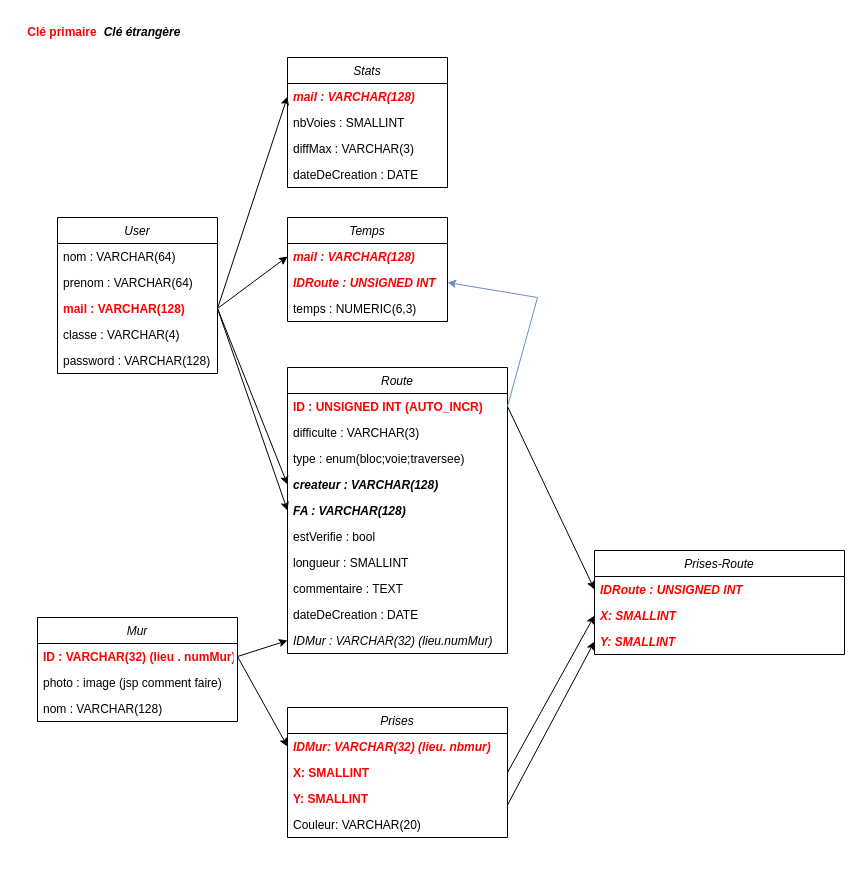
Before: diagrammeDB.drawio in Greenmattt/SeekAClimb, a draw.io diagram. Source tidied: cells renumbered, new cells numbered last; positions are measured from the earlier drawing's top-left corner, leaving out a move shared by most shapes. Both pictures are drawn from the tidied source at 100%, with x=0, y=0 at pixel (17, 17).
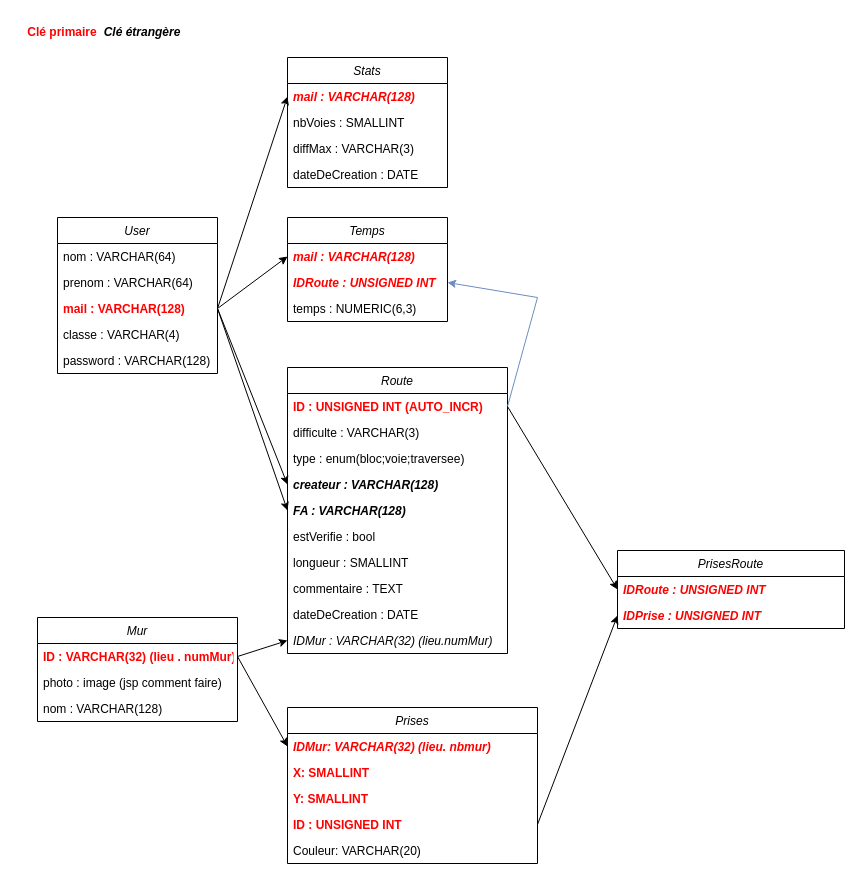
Above is the later version.

What changed in the source:
```diff
@@
     <mxCell id="14" value="Prises" style="swimlane;fontStyle=2;align=center;verticalAlign=top;horizontal=1;startSize=26;rounded=0;shadow=0;strokeWidth=1;" parent="1" vertex="1">
-      <mxGeometry x="270" y="690" width="220" height="130" as="geometry" />
+      <mxGeometry x="270" y="690" width="250" height="156" as="geometry" />
     </mxCell>
     <mxCell id="15" value="IDMur: VARCHAR(32) (lieu. nbmur)" style="text;align=left;verticalAlign=top;spacingLeft=4;spacingRight=4;overflow=hidden;points=[[0,0.5],[1,0.5]];portConstraint=eastwest;rounded=0;shadow=0;html=0;fontColor=#FF0000;fontStyle=3;" parent="14" vertex="1">
-      <mxGeometry y="26" width="220" height="26" as="geometry" />
+      <mxGeometry y="26" width="250" height="26" as="geometry" />
     </mxCell>
     <mxCell id="16" value="X: SMALLINT" style="text;align=left;verticalAlign=top;spacingLeft=4;spacingRight=4;overflow=hidden;points=[[0,0.5],[1,0.5]];portConstraint=eastwest;fontColor=#FF0000;fontStyle=1;" parent="14" vertex="1">
-      <mxGeometry y="52" width="220" height="26" as="geometry" />
+      <mxGeometry y="52" width="250" height="26" as="geometry" />
     </mxCell>
     <mxCell id="17" value="Y: SMALLINT" style="text;align=left;verticalAlign=top;spacingLeft=4;spacingRight=4;overflow=hidden;fontColor=#FF0000;fontStyle=1;" parent="14" vertex="1">
-      <mxGeometry y="78" width="220" height="26" as="geometry" />
+      <mxGeometry y="78" width="250" height="26" as="geometry" />
     </mxCell>
+    <mxCell id="53" value="ID : UNSIGNED INT" style="text;align=left;verticalAlign=top;spacingLeft=4;spacingRight=4;overflow=hidden;points=[[0,0.5],[1,0.5]];portConstraint=eastwest;fontColor=#FF0000;fontStyle=1;" parent="14" vertex="1">
+      <mxGeometry y="104" width="250" height="26" as="geometry" />
+    </mxCell>
     <mxCell id="18" value="Couleur: VARCHAR(20)" style="text;align=left;verticalAlign=top;spacingLeft=4;spacingRight=4;overflow=hidden;fontColor=#000000;fontStyle=0;" parent="14" vertex="1">
-      <mxGeometry y="104" width="220" height="26" as="geometry" />
+      <mxGeometry y="130" width="250" height="26" as="geometry" />
     </mxCell>
@@
-    <mxCell id="46" value="Prises-Route" style="swimlane;fontStyle=2;align=center;verticalAlign=top;horizontal=1;startSize=26;rounded=0;shadow=0;strokeWidth=1;" parent="1" vertex="1">
-      <mxGeometry x="577" y="533" width="250" height="104" as="geometry" />
+    <mxCell id="46" value="PrisesRoute" style="swimlane;fontStyle=2;align=center;verticalAlign=top;horizontal=1;startSize=26;rounded=0;shadow=0;strokeWidth=1;" parent="1" vertex="1">
+      <mxGeometry x="600" y="533" width="227" height="78" as="geometry" />
     </mxCell>
     <mxCell id="47" value="IDRoute : UNSIGNED INT" style="text;align=left;verticalAlign=top;spacingLeft=4;spacingRight=4;overflow=hidden;points=[[0,0.5],[1,0.5]];portConstraint=eastwest;rounded=0;shadow=0;html=0;fontColor=#FF0000;fontStyle=3;" parent="46" vertex="1">
-      <mxGeometry y="26" width="250" height="26" as="geometry" />
+      <mxGeometry y="26" width="227" height="26" as="geometry" />
     </mxCell>
-    <mxCell id="48" value="X: SMALLINT" style="text;align=left;verticalAlign=top;spacingLeft=4;spacingRight=4;overflow=hidden;points=[[0,0.5],[1,0.5]];portConstraint=eastwest;fontColor=#FF0000;fontStyle=3;" parent="46" vertex="1">
-      <mxGeometry y="52" width="250" height="26" as="geometry" />
+    <mxCell id="48" value="IDPrise : UNSIGNED INT" style="text;align=left;verticalAlign=top;spacingLeft=4;spacingRight=4;overflow=hidden;points=[[0,0.5],[1,0.5]];portConstraint=eastwest;fontColor=#FF0000;fontStyle=3;" parent="46" vertex="1">
+      <mxGeometry y="52" width="227" height="26" as="geometry" />
     </mxCell>
-    <mxCell id="49" value="Y: SMALLINT" style="text;align=left;verticalAlign=top;spacingLeft=4;spacingRight=4;overflow=hidden;points=[[0,0.5],[1,0.5]];portConstraint=eastwest;fontColor=#FF0000;fontStyle=3;" parent="46" vertex="1">
-      <mxGeometry y="78" width="250" height="26" as="geometry" />
-    </mxCell>
@@
-    <mxCell id="51" style="endArrow=classic;html=1;rounded=0;exitX=1;exitY=0.5;exitDx=0;exitDy=0;entryX=0;entryY=0.5;entryDx=0;entryDy=0;" parent="1" edge="1" source="16" target="48">
+    <mxCell id="51" style="endArrow=classic;html=1;rounded=0;exitX=1;exitY=0.5;exitDx=0;exitDy=0;entryX=0;entryY=0.5;entryDx=0;entryDy=0;" parent="1" edge="1" source="53" target="48">
       <mxGeometry relative="1" as="geometry" />
     </mxCell>
-    <mxCell id="52" style="endArrow=classic;html=1;rounded=0;exitX=1;exitY=0.75;exitDx=0;exitDy=0;entryX=0;entryY=0.5;entryDx=0;entryDy=0;" parent="1" edge="1" source="14" target="49">
-      <mxGeometry relative="1" as="geometry" />
-    </mxCell>
```
